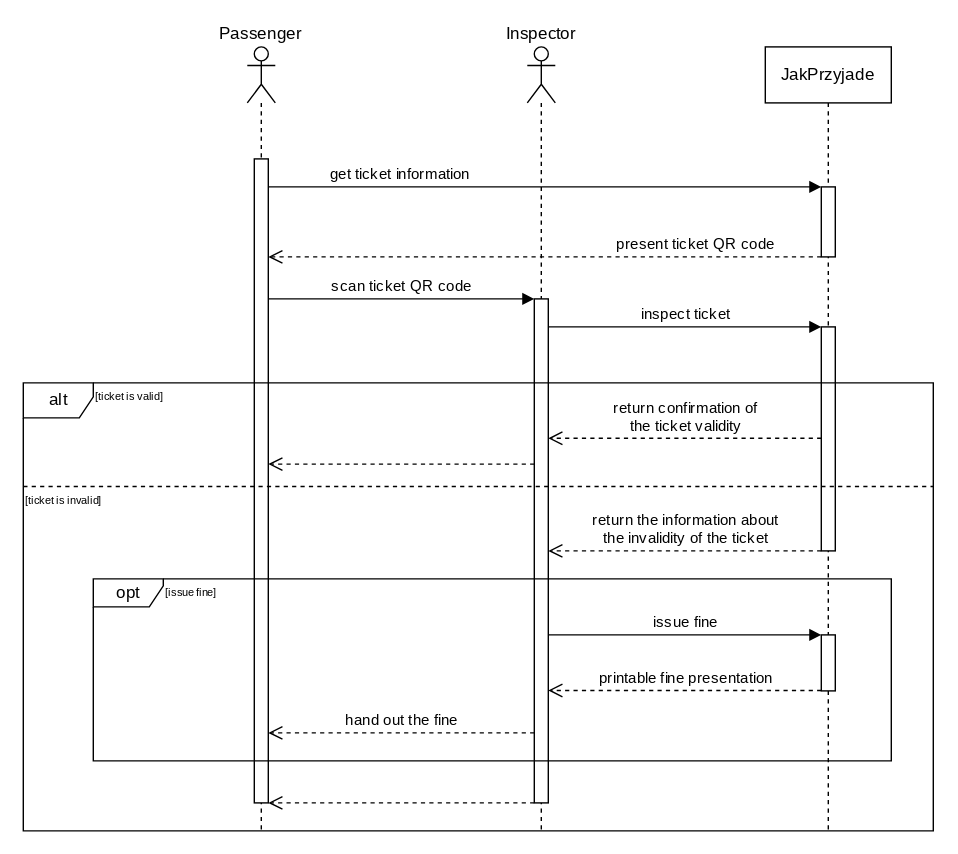
The draw.io diagram documentation/course/e2/images/sequence-diagram-scenario-ticket-inspection.drawio.svg in PWR-ACS-SE-24/SoftwareSystemDesign, before a commit. Source tidied: cells renumbered, new cells last; positions are measured from the earlier drawing's top-left corner, leaving out a move shared by most shapes.
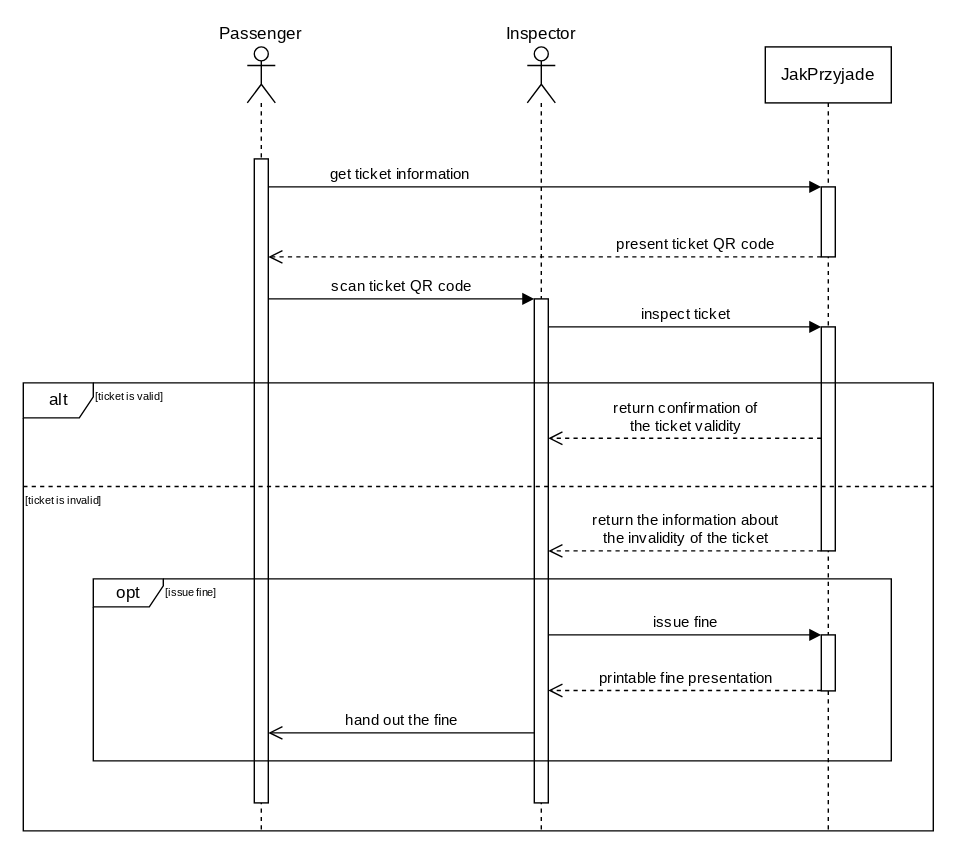
After the change.

Commit message:
post post review fix

Diff of the diagram source:
```diff
@@ -60,12 +60,6 @@
         <mxPoint x="375" y="279.6" as="targetPoint" />
       </mxGeometry>
     </mxCell>
-    <mxCell id="16" style="html=1;verticalAlign=bottom;endArrow=open;dashed=1;endSize=8;curved=0;rounded=0;fontFamily=JetBrains Mono;fontSource=https%3A%2F%2Ffonts.googleapis.com%2Fcss%3Ffamily%3DJetBrains%2BMono;" parent="1" edge="1">
-      <mxGeometry relative="1" as="geometry">
-        <mxPoint x="365" y="298" as="sourcePoint" />
-        <mxPoint x="175" y="298" as="targetPoint" />
-      </mxGeometry>
-    </mxCell>
     <mxCell id="17" style="line;strokeWidth=1;fillColor=none;align=left;verticalAlign=middle;spacingTop=-1;spacingLeft=3;spacingRight=3;labelPosition=right;strokeColor=inherit;dashed=1;fontFamily=JetBrains Mono;fontSource=https%3A%2F%2Ffonts.googleapis.com%2Fcss%3Ffamily%3DJetBrains%2BMono;" parent="1" vertex="1">
       <mxGeometry y="310" width="650" height="8" as="geometry" />
     </mxCell>
@@ -95,16 +89,10 @@
         <mxPoint x="375" y="459.7" as="targetPoint" />
       </mxGeometry>
     </mxCell>
-    <mxCell id="25" value="hand out the fine" style="html=1;verticalAlign=bottom;endArrow=open;dashed=1;endSize=8;curved=0;rounded=0;fontFamily=JetBrains Mono;fontSource=https%3A%2F%2Ffonts.googleapis.com%2Fcss%3Ffamily%3DJetBrains%2BMono;" parent="1" edge="1" target="8">
+    <mxCell id="25" value="hand out the fine" style="html=1;verticalAlign=bottom;endArrow=open;endSize=8;curved=0;rounded=0;fontFamily=JetBrains Mono;fontSource=https%3A%2F%2Ffonts.googleapis.com%2Fcss%3Ffamily%3DJetBrains%2BMono;" parent="1" edge="1" target="8">
       <mxGeometry relative="1" as="geometry">
         <mxPoint x="365" y="490" as="sourcePoint" />
       </mxGeometry>
     </mxCell>
-    <mxCell id="26" style="html=1;verticalAlign=bottom;endArrow=open;dashed=1;endSize=8;curved=0;rounded=0;" parent="1" edge="1">
-      <mxGeometry relative="1" as="geometry">
-        <mxPoint x="365" y="540" as="sourcePoint" />
-        <mxPoint x="175" y="540" as="targetPoint" />
-      </mxGeometry>
-    </mxCell>
   </root>
 </mxGraphModel>
```
